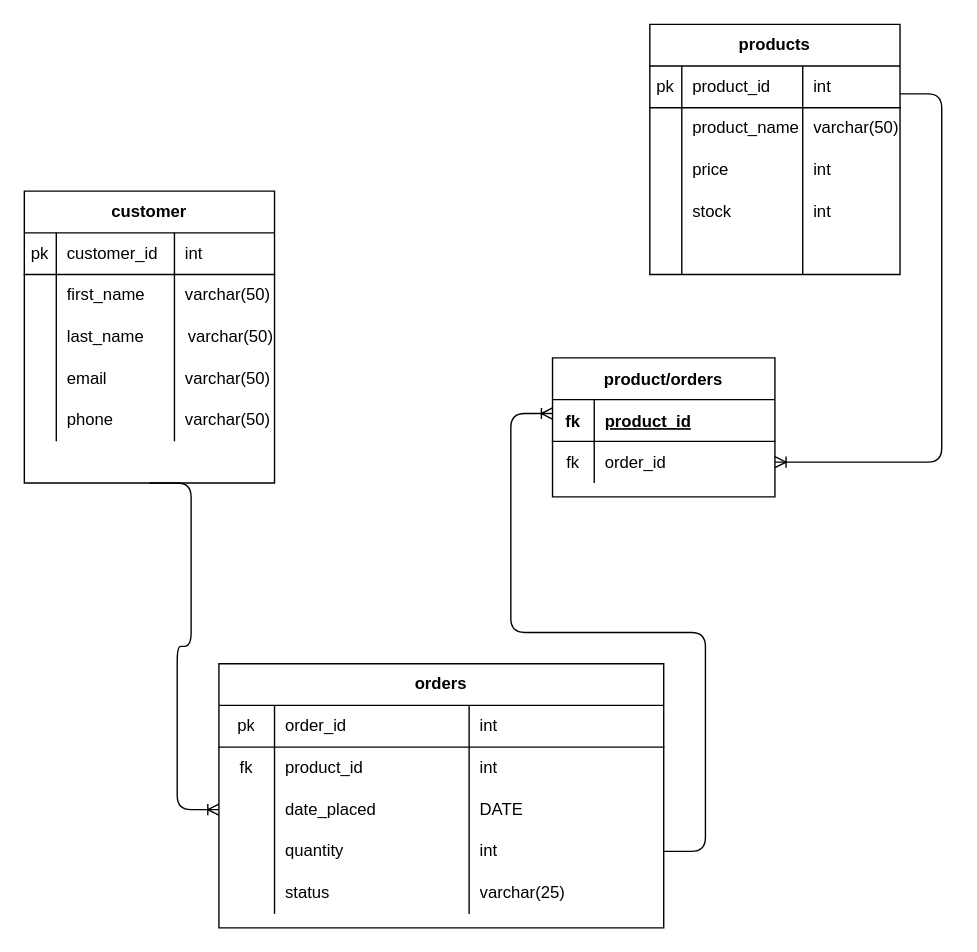
Above: ERD/Untitled Diagram.drawio in skeletoro/sqlscripts (draw.io), before the change. Source tidied: cells renumbered, new cells numbered last; positions are measured from the earlier drawing's top-left corner, leaving out a move shared by most shapes. Both pictures are drawn from the tidied source at 139%, with x=0, y=0 at pixel (24, 24).
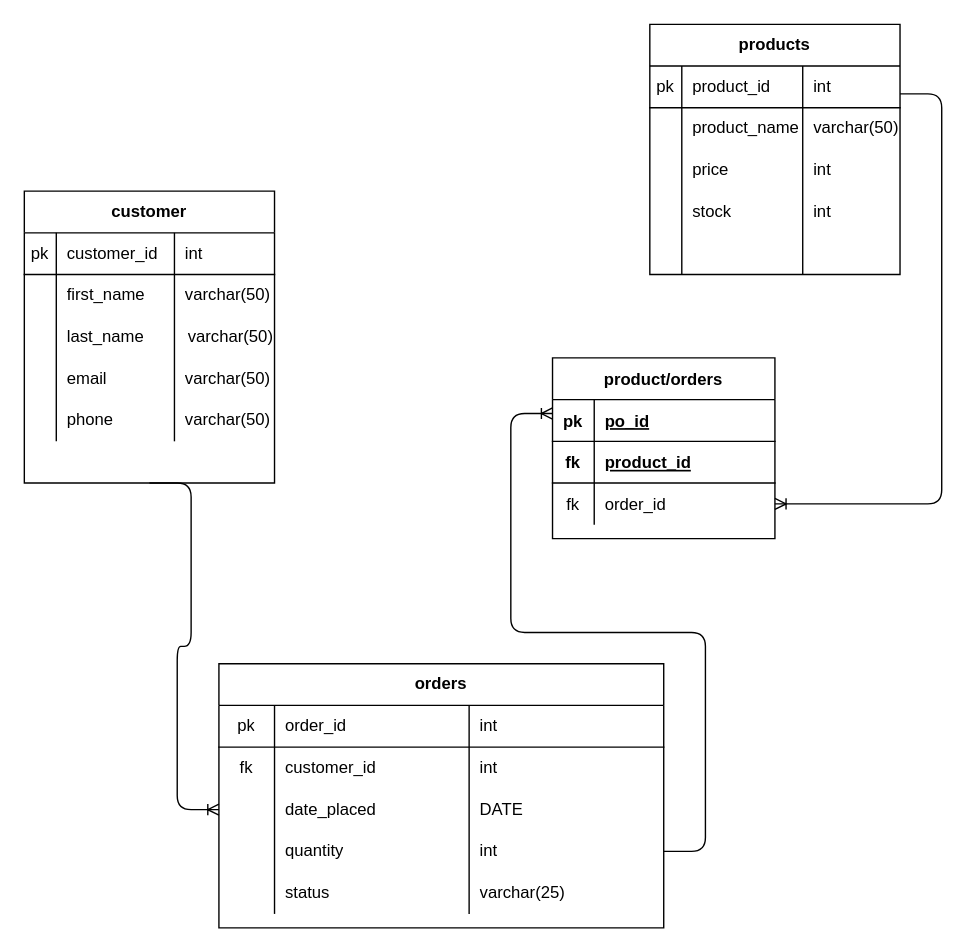
After the change.

The change refers to these unchanged cells:
```xml
<mxCell id="7" style="shape=partialRectangle;html=1;whiteSpace=wrap;fillColor=none;top=0;left=0;bottom=0;right=0;" parent="2" vertex="1">
  <mxGeometry y="60" width="320" height="30" as="geometry" />
</mxCell>
```

What changed in the source:
```diff
@@
-    <mxCell id="9" value="product_id" style="shape=partialRectangle;html=1;whiteSpace=wrap;fillColor=none;top=0;left=0;bottom=0;right=0;align=left;spacingLeft=6;overflow=hidden;" parent="7" vertex="1">
+    <mxCell id="9" value="customer_id" style="shape=partialRectangle;html=1;whiteSpace=wrap;fillColor=none;top=0;left=0;bottom=0;right=0;align=left;spacingLeft=6;overflow=hidden;" parent="7" vertex="1">
       <mxGeometry x="40" width="140" height="30" as="geometry" />
     </mxCell>
@@
     <mxCell id="66" value="product/orders" style="shape=table;startSize=30;childLayout=tableLayout;rowLines=0;fontStyle=1;align=center;" parent="1" vertex="1">
-      <mxGeometry x="380" y="240" width="160" height="100" as="geometry" />
+      <mxGeometry x="380" y="240" width="160" height="130" as="geometry" />
     </mxCell>
+    <mxCell id="76" style="shape=partialRectangle;fillColor=none;top=0;left=0;bottom=1;right=0;" parent="66" vertex="1">
+      <mxGeometry y="30" width="160" height="30" as="geometry" />
+    </mxCell>
+    <mxCell id="77" value="pk" style="shape=partialRectangle;fillColor=none;top=0;left=0;bottom=0;right=0;fontStyle=1;overflow=hidden;" parent="76" vertex="1">
+      <mxGeometry width="30" height="30" as="geometry" />
+    </mxCell>
+    <mxCell id="78" value="po_id" style="shape=partialRectangle;fillColor=none;top=0;left=0;bottom=0;right=0;align=left;spacingLeft=6;fontStyle=5;overflow=hidden;" parent="76" vertex="1">
+      <mxGeometry x="30" width="130" height="30" as="geometry" />
+    </mxCell>
     <mxCell id="67" style="shape=partialRectangle;fillColor=none;top=0;left=0;bottom=1;right=0;" parent="66" vertex="1">
-      <mxGeometry y="30" width="160" height="30" as="geometry" />
+      <mxGeometry y="60" width="160" height="30" as="geometry" />
     </mxCell>
@@
     <mxCell id="70" style="shape=partialRectangle;fillColor=none;top=0;left=0;bottom=0;right=0;points=[[0,0.5],[1,0.5]];portConstraint=eastwest;" parent="66" vertex="1">
-      <mxGeometry y="60" width="160" height="30" as="geometry" />
+      <mxGeometry y="90" width="160" height="30" as="geometry" />
     </mxCell>
```
